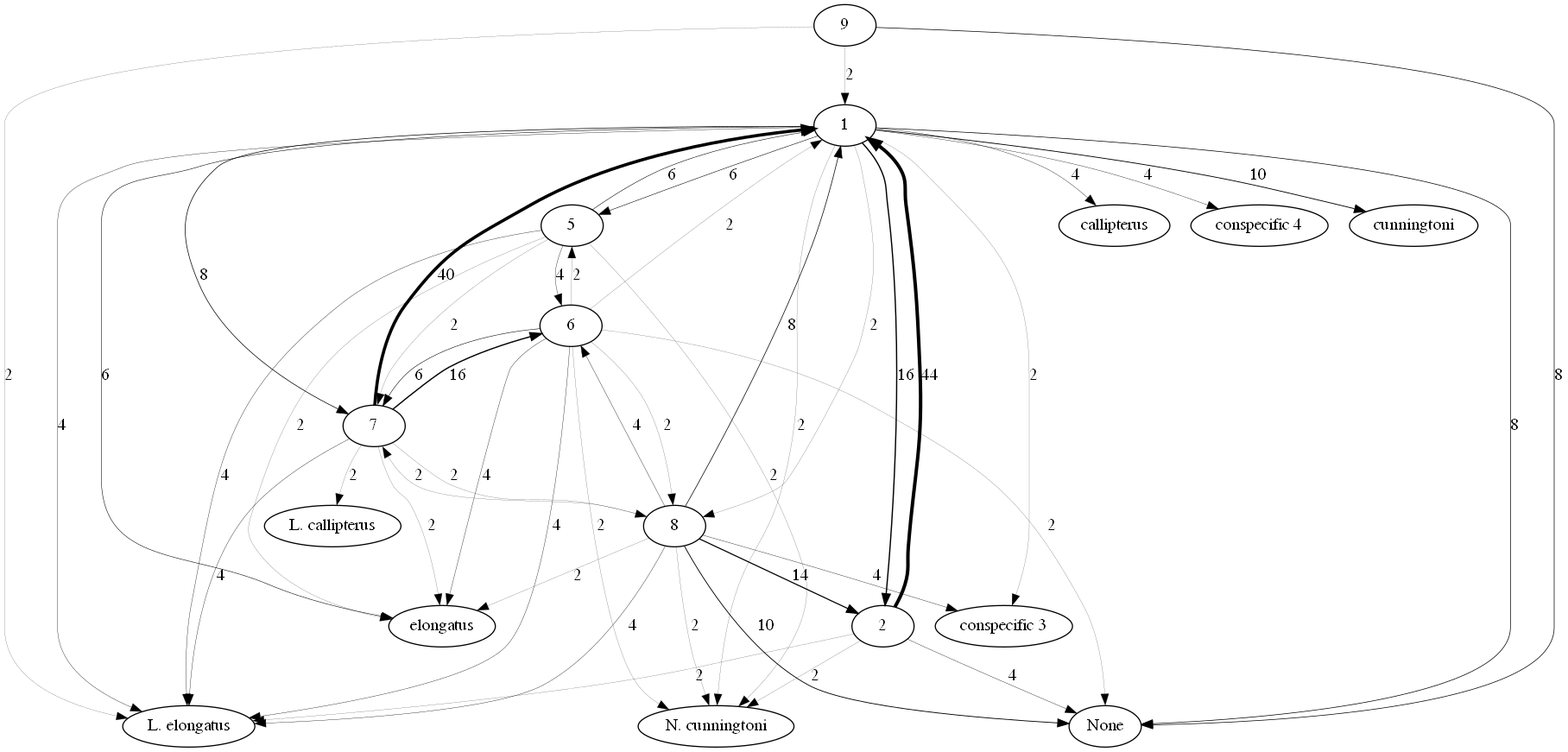
nicolkraus/AnalyzeBehavior keeps this Graphviz diagram as images/interactions.gv.png. Above is the earlier version. Its source is kept beside it as images/interactions.gv.
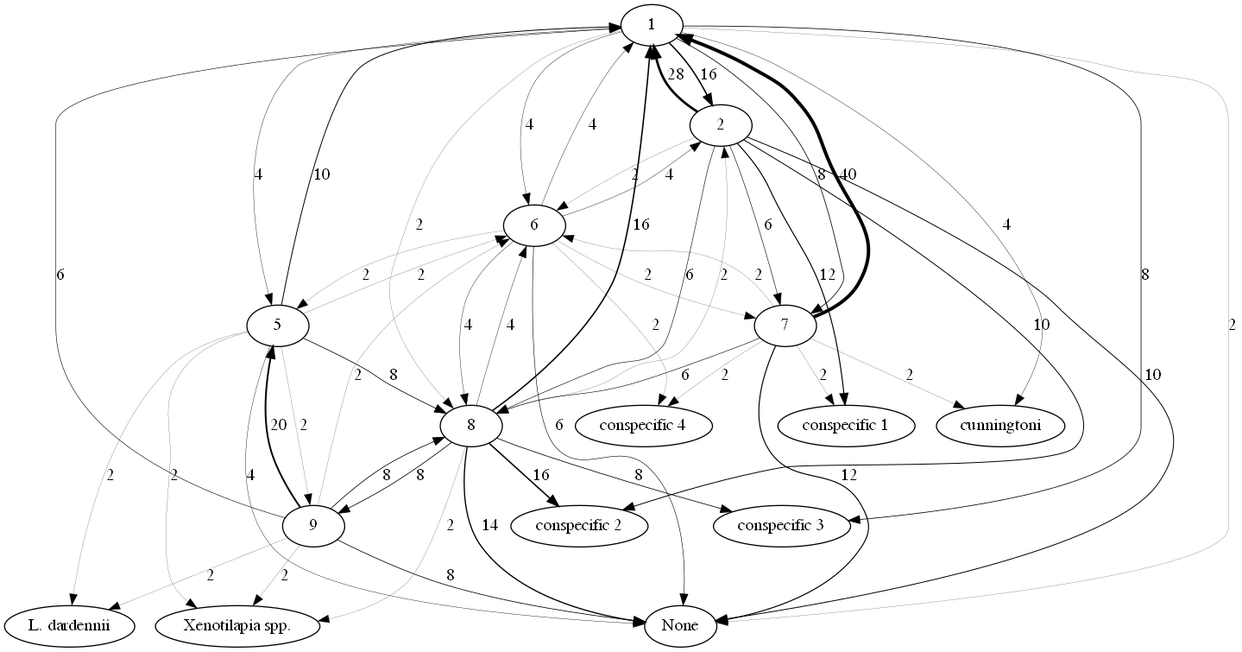
After the commit.

Diff of the diagram source:
```diff
@@ -2,65 +2,67 @@
 1;
 2;
 5;
+6;
 7;
 8;
-"L. elongatus";
-"N. cunningtoni";
 None;
-callipterus;
 "conspecific 3";
+cunningtoni;
+"conspecific 1";
+"conspecific 2";
+9;
+"L. dardennii";
+"Xenotilapia spp.";
 "conspecific 4";
-cunningtoni;
-elongatus;
-6;
-"L. callipterus";
-9;
-1 -> 2  [label=16, penwidth="1.0909090909090908"];
-1 -> 5  [label=6, penwidth="0.4090909090909091"];
-1 -> 7  [label=8, penwidth="0.5454545454545454"];
-1 -> 8  [label=2, penwidth="0.13636363636363635"];
-1 -> "L. elongatus"  [label=4, penwidth="0.2727272727272727"];
-1 -> "N. cunningtoni"  [label=2, penwidth="0.13636363636363635"];
-1 -> None  [label=8, penwidth="0.5454545454545454"];
-1 -> callipterus  [label=4, penwidth="0.2727272727272727"];
-1 -> "conspecific 3"  [label=2, penwidth="0.13636363636363635"];
-1 -> "conspecific 4"  [label=4, penwidth="0.2727272727272727"];
-1 -> cunningtoni  [label=10, penwidth="0.6818181818181818"];
-1 -> elongatus  [label=6, penwidth="0.4090909090909091"];
-2 -> 1  [label=44, penwidth="3.0"];
-2 -> "L. elongatus"  [label=2, penwidth="0.13636363636363635"];
-2 -> "N. cunningtoni"  [label=2, penwidth="0.13636363636363635"];
-2 -> None  [label=4, penwidth="0.2727272727272727"];
-5 -> 1  [label=6, penwidth="0.4090909090909091"];
-5 -> 6  [label=4, penwidth="0.2727272727272727"];
-5 -> 7  [label=2, penwidth="0.13636363636363635"];
-5 -> "L. elongatus"  [label=4, penwidth="0.2727272727272727"];
-5 -> "N. cunningtoni"  [label=2, penwidth="0.13636363636363635"];
-5 -> elongatus  [label=2, penwidth="0.13636363636363635"];
-7 -> 1  [label=40, penwidth="2.727272727272727"];
-7 -> 6  [label=16, penwidth="1.0909090909090908"];
-7 -> 8  [label=2, penwidth="0.13636363636363635"];
-7 -> "L. callipterus"  [label=2, penwidth="0.13636363636363635"];
-7 -> "L. elongatus"  [label=4, penwidth="0.2727272727272727"];
-7 -> elongatus  [label=2, penwidth="0.13636363636363635"];
-8 -> 1  [label=8, penwidth="0.5454545454545454"];
-8 -> 2  [label=14, penwidth="0.9545454545454546"];
-8 -> 6  [label=4, penwidth="0.2727272727272727"];
-8 -> 7  [label=2, penwidth="0.13636363636363635"];
-8 -> "L. elongatus"  [label=4, penwidth="0.2727272727272727"];
-8 -> "N. cunningtoni"  [label=2, penwidth="0.13636363636363635"];
-8 -> None  [label=10, penwidth="0.6818181818181818"];
-8 -> "conspecific 3"  [label=4, penwidth="0.2727272727272727"];
-8 -> elongatus  [label=2, penwidth="0.13636363636363635"];
-6 -> 1  [label=2, penwidth="0.13636363636363635"];
-6 -> 5  [label=2, penwidth="0.13636363636363635"];
-6 -> 7  [label=6, penwidth="0.4090909090909091"];
-6 -> 8  [label=2, penwidth="0.13636363636363635"];
-6 -> "L. elongatus"  [label=4, penwidth="0.2727272727272727"];
-6 -> "N. cunningtoni"  [label=2, penwidth="0.13636363636363635"];
-6 -> None  [label=2, penwidth="0.13636363636363635"];
-6 -> elongatus  [label=4, penwidth="0.2727272727272727"];
-9 -> 1  [label=2, penwidth="0.13636363636363635"];
-9 -> "L. elongatus"  [label=2, penwidth="0.13636363636363635"];
-9 -> None  [label=8, penwidth="0.5454545454545454"];
+1 -> 2  [label=16, penwidth="1.2"];
+1 -> 5  [label=4, penwidth="0.3"];
+1 -> 6  [label=4, penwidth="0.3"];
+1 -> 7  [label=8, penwidth="0.6"];
+1 -> 8  [label=2, penwidth="0.15"];
+1 -> None  [label=2, penwidth="0.15"];
+1 -> "conspecific 3"  [label=8, penwidth="0.6"];
+1 -> cunningtoni  [label=4, penwidth="0.3"];
+2 -> 1  [label=28, penwidth="2.1"];
+2 -> 6  [label=2, penwidth="0.15"];
+2 -> 7  [label=6, penwidth="0.45"];
+2 -> 8  [label=6, penwidth="0.45"];
+2 -> None  [label=10, penwidth="0.75"];
+2 -> "conspecific 1"  [label=12, penwidth="0.9"];
+2 -> "conspecific 2"  [label=10, penwidth="0.75"];
+5 -> 1  [label=10, penwidth="0.75"];
+5 -> 6  [label=2, penwidth="0.15"];
+5 -> 8  [label=8, penwidth="0.6"];
+5 -> 9  [label=2, penwidth="0.15"];
+5 -> "L. dardennii"  [label=2, penwidth="0.15"];
+5 -> None  [label=4, penwidth="0.3"];
+5 -> "Xenotilapia spp."  [label=2, penwidth="0.15"];
+6 -> 1  [label=4, penwidth="0.3"];
+6 -> 2  [label=4, penwidth="0.3"];
+6 -> 5  [label=2, penwidth="0.15"];
+6 -> 7  [label=2, penwidth="0.15"];
+6 -> 8  [label=4, penwidth="0.3"];
+6 -> None  [label=6, penwidth="0.45"];
+6 -> "conspecific 4"  [label=2, penwidth="0.15"];
+7 -> 1  [label=40, penwidth="3.0"];
+7 -> 6  [label=2, penwidth="0.15"];
+7 -> 8  [label=6, penwidth="0.45"];
+7 -> None  [label=12, penwidth="0.9"];
+7 -> "conspecific 1"  [label=2, penwidth="0.15"];
+7 -> "conspecific 4"  [label=2, penwidth="0.15"];
+7 -> cunningtoni  [label=2, penwidth="0.15"];
+8 -> 1  [label=16, penwidth="1.2"];
+8 -> 2  [label=2, penwidth="0.15"];
+8 -> 6  [label=4, penwidth="0.3"];
+8 -> 9  [label=8, penwidth="0.6"];
+8 -> None  [label=14, penwidth="1.05"];
+8 -> "Xenotilapia spp."  [label=2, penwidth="0.15"];
+8 -> "conspecific 2"  [label=16, penwidth="1.2"];
+8 -> "conspecific 3"  [label=8, penwidth="0.6"];
+9 -> 1  [label=6, penwidth="0.45"];
+9 -> 5  [label=20, penwidth="1.5"];
+9 -> 6  [label=2, penwidth="0.15"];
+9 -> 8  [label=8, penwidth="0.6"];
+9 -> "L. dardennii"  [label=2, penwidth="0.15"];
+9 -> None  [label=8, penwidth="0.6"];
+9 -> "Xenotilapia spp."  [label=2, penwidth="0.15"];
 }
```
